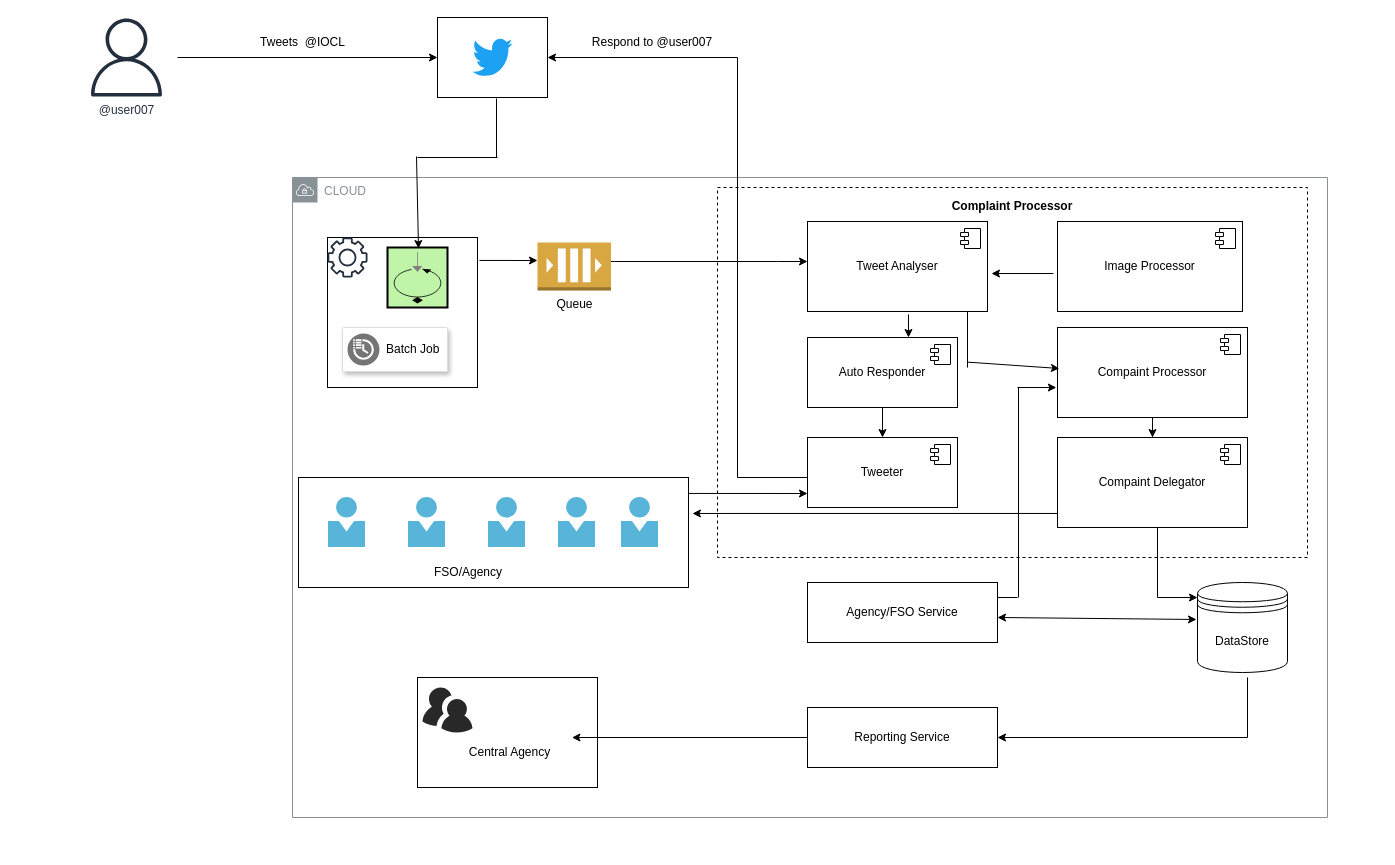
The draw.io diagram iocl.drawio in kantnisha/draw.io, before the edit. Source tidied: cells renumbered, new cells numbered last; positions are measured from the earlier drawing's top-left corner, leaving out a move shared by most shapes. Both pictures are drawn from the tidied source at 100%, with x=0, y=0 at pixel (87, 17).
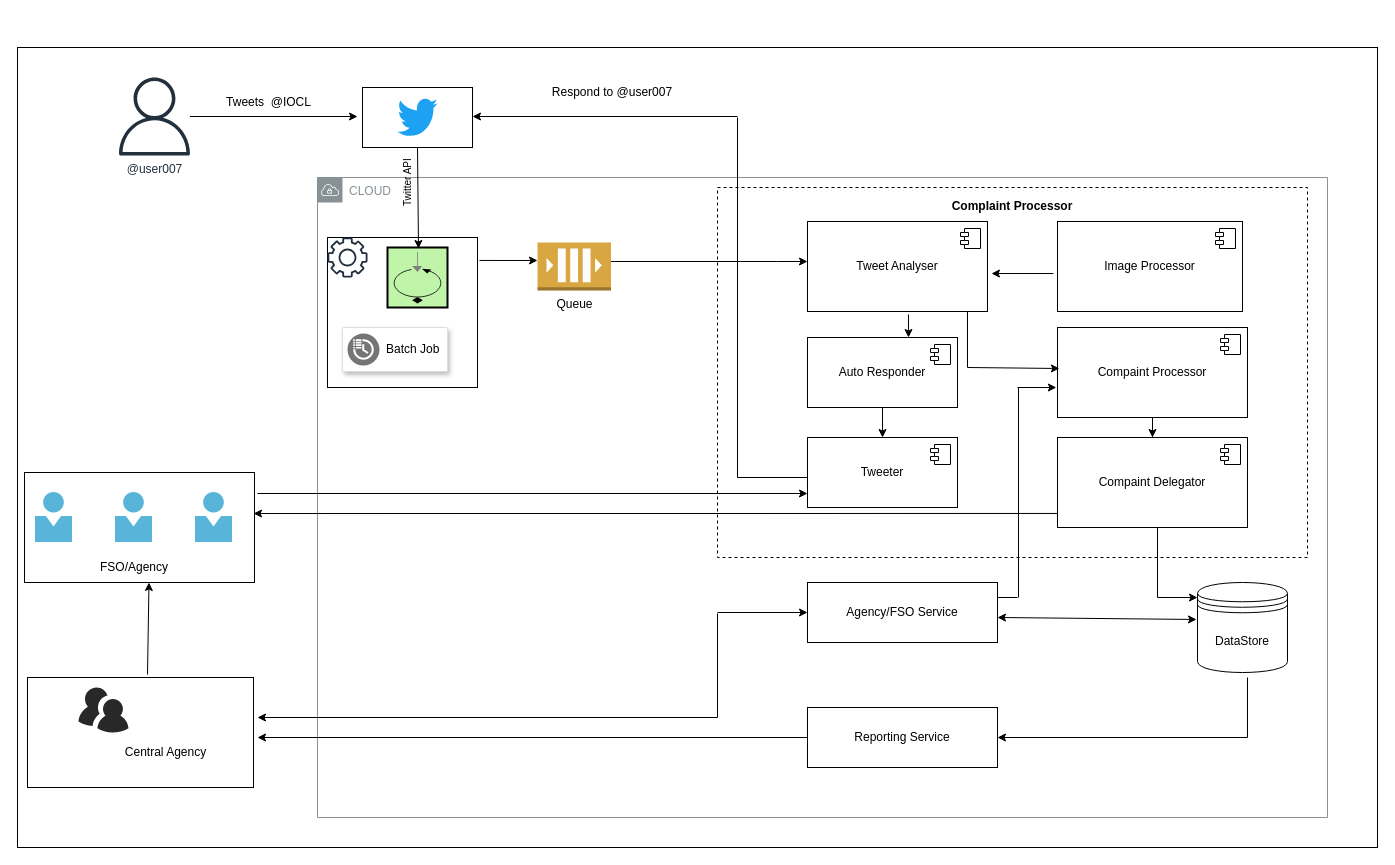
Above is the later version.

Unchanged cells that the change refers to:
```xml
<mxCell id="4" style="rounded=0;whiteSpace=wrap;html=1;dashed=1;" parent="1" vertex="1">
  <mxGeometry x="630" y="170" width="590" height="370" as="geometry" />
</mxCell>
<mxCell id="36" value="Agency/FSO Service" style="rounded=0;whiteSpace=wrap;html=1;" parent="1" vertex="1">
  <mxGeometry x="720" y="565" width="190" height="60" as="geometry" />
</mxCell>
<mxCell id="41" value="Compaint Delegator" style="html=1;whiteSpace=wrap;" parent="1" vertex="1">
  <mxGeometry x="970" y="420" width="190" height="90" as="geometry" />
</mxCell>
<mxCell id="43" value="Reporting Service" style="rounded=0;whiteSpace=wrap;html=1;" parent="1" vertex="1">
  <mxGeometry x="720" y="690" width="190" height="60" as="geometry" />
</mxCell>
```

Change to the diagram source:
```diff
@@
+    <mxCell id="67" style="rounded=0;whiteSpace=wrap;html=1;" parent="1" vertex="1">
+      <mxGeometry x="-70" y="30" width="1360" height="800" as="geometry" />
+    </mxCell>
     <mxCell id="2" value="CLOUD" style="sketch=0;outlineConnect=0;gradientColor=none;html=1;whiteSpace=wrap;fontSize=12;fontStyle=0;shape=mxgraph.aws4.group;grIcon=mxgraph.aws4.group_vpc;strokeColor=#879196;fillColor=none;verticalAlign=top;align=left;spacingLeft=30;fontColor=#879196;dashed=0;" parent="1" vertex="1">
-      <mxGeometry x="205" y="160" width="1035" height="640" as="geometry" />
+      <mxGeometry x="230" y="160" width="1010" height="640" as="geometry" />
     </mxCell>
     <mxCell id="3" style="rounded=0;whiteSpace=wrap;html=1;" parent="1" vertex="1">
-      <mxGeometry x="330" y="660" width="180" height="110" as="geometry" />
+      <mxGeometry x="-60" y="660" width="226" height="110" as="geometry" />
     </mxCell>
@@
     <mxCell id="5" style="rounded=0;whiteSpace=wrap;html=1;" parent="1" vertex="1">
-      <mxGeometry x="350" width="110" height="80" as="geometry" />
+      <mxGeometry x="275" y="70" width="110" height="60" as="geometry" />
     </mxCell>
     <mxCell id="6" style="dashed=0;html=1;align=center;labelPosition=center;verticalLabelPosition=bottom;verticalAlign=top;shape=mxgraph.weblogos.twitter;fillColor=#1DA1F2;strokeColor=none;" parent="1" vertex="1">
-      <mxGeometry x="385" y="20" width="40" height="40" as="geometry" />
+      <mxGeometry x="310" y="80" width="40" height="40" as="geometry" />
     </mxCell>
@@
     <mxCell id="11" value="@user007" style="sketch=0;outlineConnect=0;fontColor=#232F3E;gradientColor=none;fillColor=#232F3D;strokeColor=none;dashed=0;verticalLabelPosition=bottom;verticalAlign=top;align=center;html=1;fontSize=12;fontStyle=0;shape=mxgraph.aws4.user;" parent="1" vertex="1">
-      <mxGeometry y="1" width="78" height="78" as="geometry" />
+      <mxGeometry x="28" y="60" width="78" height="78" as="geometry" />
     </mxCell>
-    <mxCell id="12" style="endArrow=classic;html=1;rounded=0;entryX=0;entryY=0.5;entryDx=0;entryDy=0;" parent="1" edge="1" target="5">
+    <mxCell id="12" style="endArrow=classic;html=1;rounded=0;" parent="1" edge="1" source="11">
       <mxGeometry relative="1" as="geometry">
-        <mxPoint x="90" y="40" as="sourcePoint" />
+        <mxPoint x="270" y="99" as="targetPoint" />
       </mxGeometry>
     </mxCell>
     <mxCell id="13" value="Tweets&amp;nbsp; @IOCL" style="text;html=1;align=center;verticalAlign=middle;strokeColor=none;fillColor=none;" parent="1" vertex="1">
-      <mxGeometry x="160" y="10" width="110" height="30" as="geometry" />
+      <mxGeometry x="126" y="70" width="110" height="30" as="geometry" />
     </mxCell>
@@
-    <mxCell id="15" style="endArrow=none;html=1;rounded=0;entryX=0.445;entryY=1.013;entryDx=0;entryDy=0;entryPerimeter=0;" parent="1" edge="1">
-      <mxGeometry relative="1" as="geometry">
-        <mxPoint x="409" y="140" as="sourcePoint" />
-        <mxPoint x="409" y="81" as="targetPoint" />
-      </mxGeometry>
-    </mxCell>
-    <mxCell id="16" style="endArrow=none;html=1;rounded=0;" parent="1" edge="1">
-      <mxGeometry relative="1" as="geometry">
-        <mxPoint x="330" y="140" as="sourcePoint" />
-        <mxPoint x="410" y="140" as="targetPoint" />
-      </mxGeometry>
-    </mxCell>
-    <mxCell id="17" style="endArrow=classic;html=1;rounded=0;entryX=0.033;entryY=0.633;entryDx=0;entryDy=0;entryPerimeter=0;" parent="1" edge="1">
+    <mxCell id="17" style="endArrow=classic;html=1;rounded=0;entryX=0.033;entryY=0.633;entryDx=0;entryDy=0;entryPerimeter=0;exitX=0.5;exitY=1;exitDx=0;exitDy=0;" parent="1" edge="1" source="5">
       <mxGeometry relative="1" as="geometry">
-        <mxPoint x="329" y="139" as="sourcePoint" />
         <mxPoint x="331" y="231" as="targetPoint" />
       </mxGeometry>
     </mxCell>
@@
     <mxCell id="26" style="endArrow=none;html=1;rounded=0;" parent="1" edge="1">
       <mxGeometry relative="1" as="geometry">
         <mxPoint x="650" y="460" as="sourcePoint" />
-        <mxPoint x="650" y="40" as="targetPoint" />
+        <mxPoint x="650" y="100" as="targetPoint" />
       </mxGeometry>
     </mxCell>
-    <mxCell id="27" style="endArrow=classic;html=1;rounded=0;entryX=1;entryY=0.5;entryDx=0;entryDy=0;" parent="1" edge="1" target="5">
+    <mxCell id="27" style="endArrow=classic;html=1;rounded=0;entryX=1;entryY=0.5;entryDx=0;entryDy=0;" parent="1" edge="1">
       <mxGeometry relative="1" as="geometry">
-        <mxPoint x="650" y="40" as="sourcePoint" />
+        <mxPoint x="650" y="99" as="sourcePoint" />
+        <mxPoint x="385" y="99" as="targetPoint" />
       </mxGeometry>
     </mxCell>
@@
-    <mxCell id="35" style="endArrow=classic;html=1;rounded=0;entryX=-0.024;entryY=0.578;entryDx=0;entryDy=0;entryPerimeter=0;exitX=0.424;exitY=0.472;exitDx=0;exitDy=0;exitPerimeter=0;" parent="1" edge="1" source="4">
+    <mxCell id="35" style="endArrow=classic;html=1;rounded=0;entryX=-0.024;entryY=0.578;entryDx=0;entryDy=0;entryPerimeter=0;" parent="1" edge="1">
       <mxGeometry relative="1" as="geometry">
+        <mxPoint x="880" y="350" as="sourcePoint" />
         <mxPoint x="971.9" y="351" as="targetPoint" />
       </mxGeometry>
     </mxCell>
@@
     <mxCell id="46" style="verticalLabelPosition=bottom;sketch=0;html=1;fillColor=#282828;strokeColor=none;verticalAlign=top;align=center;shape=mxgraph.cisco_safe.people_places_things_icons.icon9;" parent="1" vertex="1">
-      <mxGeometry x="335" y="670" width="50" height="45" as="geometry" />
+      <mxGeometry x="-9" y="670" width="50" height="45" as="geometry" />
     </mxCell>
     <mxCell id="47" value="Central Agency" style="text;html=1;strokeColor=none;fillColor=none;align=center;verticalAlign=middle;whiteSpace=wrap;rounded=0;" parent="1" vertex="1">
-      <mxGeometry x="375" y="720" width="95" height="30" as="geometry" />
+      <mxGeometry x="31" y="720" width="95" height="30" as="geometry" />
     </mxCell>
-    <mxCell id="48" style="endArrow=classic;html=1;rounded=0;exitX=0;exitY=0.5;exitDx=0;exitDy=0;entryX=0.27;entryY=0.875;entryDx=0;entryDy=0;entryPerimeter=0;" parent="1" edge="1" source="43" target="2">
-      <mxGeometry relative="1" as="geometry" />
+    <mxCell id="48" style="endArrow=classic;html=1;rounded=0;exitX=0;exitY=0.5;exitDx=0;exitDy=0;" parent="1" edge="1" source="43">
+      <mxGeometry relative="1" as="geometry">
+        <mxPoint x="170" y="720" as="targetPoint" />
+      </mxGeometry>
     </mxCell>
     <mxCell id="49" style="rounded=0;whiteSpace=wrap;html=1;" parent="1" vertex="1">
-      <mxGeometry x="211" y="460" width="390" height="110" as="geometry" />
+      <mxGeometry x="-63" y="455" width="230" height="110" as="geometry" />
     </mxCell>
-    <mxCell id="50" style="endArrow=classic;html=1;rounded=0;exitX=0;exitY=0.844;exitDx=0;exitDy=0;exitPerimeter=0;entryX=1.01;entryY=0.327;entryDx=0;entryDy=0;entryPerimeter=0;" parent="1" edge="1" source="41" target="49">
+    <mxCell id="50" style="endArrow=classic;html=1;rounded=0;exitX=0;exitY=0.844;exitDx=0;exitDy=0;exitPerimeter=0;entryX=0.996;entryY=0.373;entryDx=0;entryDy=0;entryPerimeter=0;" parent="1" edge="1" source="41" target="49">
       <mxGeometry relative="1" as="geometry" />
     </mxCell>
@@
     <mxCell id="53" style="image;sketch=0;html=1;align=center;fontSize=12;image=img/lib/mscae/Person.svg;" parent="1" vertex="1">
-      <mxGeometry x="241" y="480" width="37" height="50" as="geometry" />
+      <mxGeometry x="-52" y="475" width="37" height="50" as="geometry" />
     </mxCell>
     <mxCell id="54" style="image;sketch=0;html=1;align=center;fontSize=12;image=img/lib/mscae/Person.svg;" parent="1" vertex="1">
-      <mxGeometry x="321" y="480" width="37" height="50" as="geometry" />
+      <mxGeometry x="28" y="475" width="37" height="50" as="geometry" />
     </mxCell>
     <mxCell id="55" style="image;sketch=0;html=1;align=center;fontSize=12;image=img/lib/mscae/Person.svg;" parent="1" vertex="1">
-      <mxGeometry x="401" y="480" width="37" height="50" as="geometry" />
+      <mxGeometry x="108" y="475" width="37" height="50" as="geometry" />
     </mxCell>
-    <mxCell id="56" style="image;sketch=0;html=1;align=center;fontSize=12;image=img/lib/mscae/Person.svg;" parent="1" vertex="1">
-      <mxGeometry x="471" y="480" width="37" height="50" as="geometry" />
-    </mxCell>
-    <mxCell id="57" style="image;sketch=0;html=1;align=center;fontSize=12;image=img/lib/mscae/Person.svg;" parent="1" vertex="1">
-      <mxGeometry x="534" y="480" width="37" height="50" as="geometry" />
-    </mxCell>
     <mxCell id="58" value="FSO/Agency" style="text;html=1;strokeColor=none;fillColor=none;align=center;verticalAlign=middle;whiteSpace=wrap;rounded=0;" parent="1" vertex="1">
-      <mxGeometry x="351" y="540" width="60" height="30" as="geometry" />
+      <mxGeometry x="16.5" y="535" width="60" height="30" as="geometry" />
     </mxCell>
@@
     <mxCell id="64" value="Respond to @user007" style="text;html=1;strokeColor=none;fillColor=none;align=center;verticalAlign=middle;whiteSpace=wrap;rounded=0;" parent="1" vertex="1">
-      <mxGeometry x="500" y="10" width="130" height="30" as="geometry" />
+      <mxGeometry x="460" y="60" width="130" height="30" as="geometry" />
     </mxCell>
-    <mxCell id="65" style="endArrow=classic;html=1;rounded=0;exitX=1;exitY=0.145;exitDx=0;exitDy=0;exitPerimeter=0;" parent="1" edge="1" source="49">
+    <mxCell id="65" style="endArrow=classic;html=1;rounded=0;" parent="1" edge="1">
       <mxGeometry relative="1" as="geometry">
+        <mxPoint x="170" y="476" as="sourcePoint" />
         <mxPoint x="720" y="476" as="targetPoint" />
       </mxGeometry>
     </mxCell>
@@
+    <mxCell id="68" value="&lt;font style=&quot;font-size: 10px;&quot;&gt;Twitter API&lt;/font&gt;" style="text;html=1;strokeColor=none;fillColor=none;align=center;verticalAlign=middle;whiteSpace=wrap;rounded=0;rotation=-90;" parent="1" vertex="1">
+      <mxGeometry x="284" y="150" width="71.2" height="30" as="geometry" />
+    </mxCell>
+    <mxCell id="69" style="endArrow=classic;html=1;rounded=0;" parent="1" edge="1">
+      <mxGeometry relative="1" as="geometry">
+        <mxPoint x="630" y="700" as="sourcePoint" />
+        <mxPoint x="170" y="700" as="targetPoint" />
+      </mxGeometry>
+    </mxCell>
+    <mxCell id="70" style="endArrow=none;html=1;rounded=0;" parent="1" edge="1">
+      <mxGeometry relative="1" as="geometry">
+        <mxPoint x="630" y="700" as="sourcePoint" />
+        <mxPoint x="630" y="596" as="targetPoint" />
+      </mxGeometry>
+    </mxCell>
+    <mxCell id="71" style="endArrow=classic;html=1;rounded=0;entryX=0;entryY=0.5;entryDx=0;entryDy=0;" parent="1" edge="1" target="36">
+      <mxGeometry relative="1" as="geometry">
+        <mxPoint x="630" y="595" as="sourcePoint" />
+      </mxGeometry>
+    </mxCell>
+    <mxCell id="72" style="endArrow=classic;html=1;rounded=0;entryX=0.75;entryY=1;entryDx=0;entryDy=0;exitX=0.531;exitY=-0.027;exitDx=0;exitDy=0;exitPerimeter=0;" parent="1" edge="1" source="3" target="58">
+      <mxGeometry relative="1" as="geometry" />
+    </mxCell>
```
